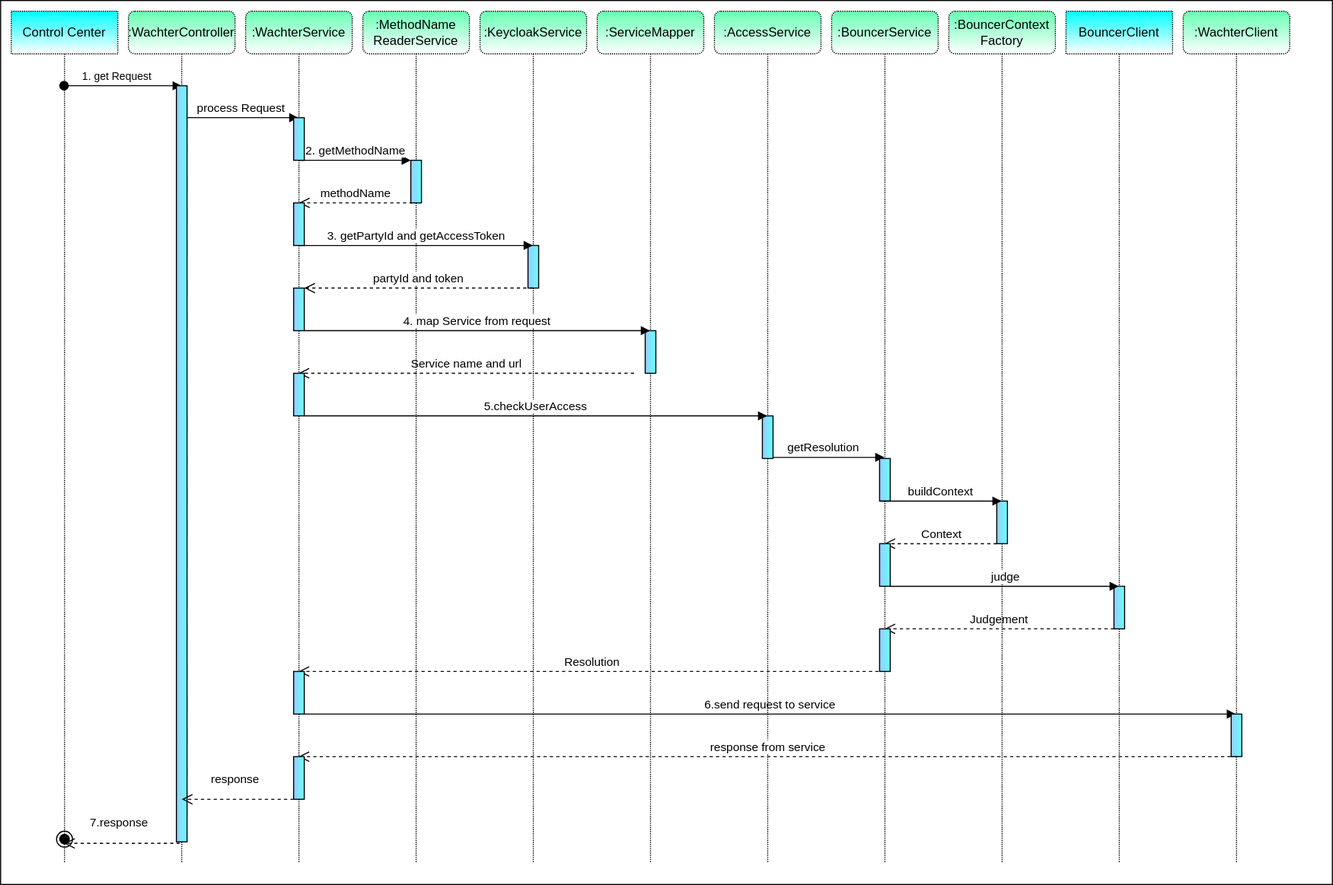
Before: doc/diagram-wachter.svg, a diagram exported from draw.io (valitydev/wachter). Source tidied: cells renumbered, new cells last; positions are measured from the earlier drawing's top-left corner, leaving out a move shared by most shapes.
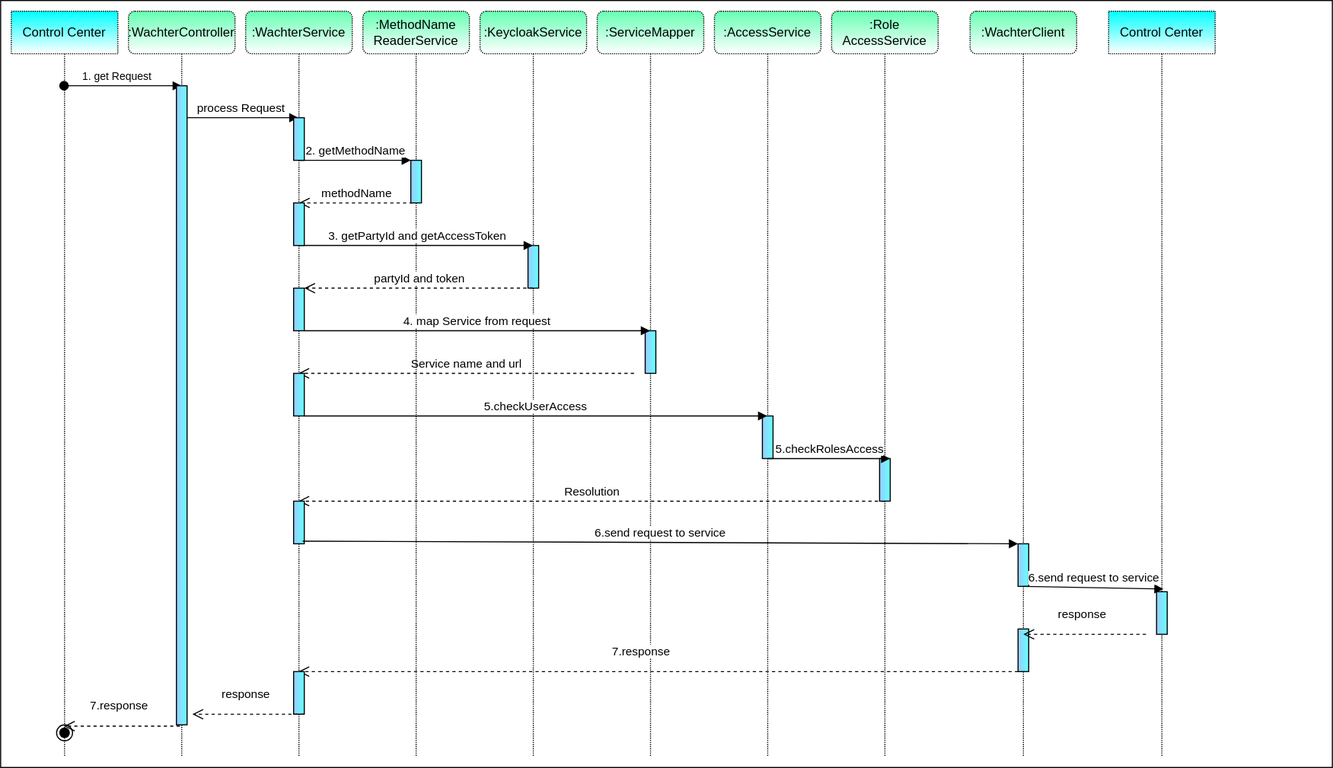
The same diagram one commit later.

Commit message:
OPS-176: Upd readme (#18)

* OPS-176: Upd readme

* OPS-176: Upd readme

Change to the diagram source:
```diff
@@ -3,30 +3,28 @@
     <mxCell id="0" />
     <mxCell id="1" parent="0" />
     <mxCell id="2" style="rounded=0;whiteSpace=wrap;html=1;strokeColor=default;" parent="1" vertex="1">
-      <mxGeometry width="1250" height="830" as="geometry" />
+      <mxGeometry width="1250" height="720" as="geometry" />
     </mxCell>
     <mxCell id="3" value=":ServiceMapper" style="shape=umlLifeline;perimeter=lifelinePerimeter;whiteSpace=wrap;html=1;outlineConnect=0;fillColor=#66FFB3;gradientColor=#ffffff;rounded=1;dashed=1;dashPattern=1 1;" parent="1" vertex="1">
-      <mxGeometry x="560" y="10" width="100" height="800" as="geometry" />
+      <mxGeometry x="560" y="10" width="100" height="700" as="geometry" />
     </mxCell>
     <mxCell id="4" style="html=1;perimeter=orthogonalPerimeter;fillColor=#99CCFF;gradientColor=#66FFFF;gradientDirection=east;" parent="3" vertex="1">
       <mxGeometry x="45" y="300" width="10" height="40" as="geometry" />
     </mxCell>
-    <mxCell id="5" value="6.send request to service" style="html=1;verticalAlign=bottom;endArrow=block;" parent="3" edge="1" target="6">
-      <mxGeometry relative="1" as="geometry">
-        <mxPoint x="-275" y="660" as="sourcePoint" />
-      </mxGeometry>
-    </mxCell>
     <mxCell id="6" value=":WachterClient" style="shape=umlLifeline;perimeter=lifelinePerimeter;whiteSpace=wrap;html=1;outlineConnect=0;fillColor=#66FFB3;gradientColor=#ffffff;strokeWidth=1;perimeterSpacing=0;rounded=1;shadow=0;glass=0;dashed=1;dashPattern=1 1;" parent="1" vertex="1">
-      <mxGeometry x="1110" y="10" width="100" height="800" as="geometry" />
+      <mxGeometry x="910" y="10" width="100" height="700" as="geometry" />
     </mxCell>
-    <mxCell id="7" value="getResolution" style="html=1;verticalAlign=bottom;endArrow=block;" parent="6" edge="1" target="24">
-      <mxGeometry relative="1" as="geometry">
-        <mxPoint x="-395" y="419" as="sourcePoint" />
-      </mxGeometry>
-    </mxCell>
     <mxCell id="8" style="html=1;points=[];perimeter=orthogonalPerimeter;fillColor=#99CCFF;gradientDirection=east;gradientColor=#66FFFF;" parent="6" vertex="1">
-      <mxGeometry x="45" y="660" width="10" height="40" as="geometry" />
+      <mxGeometry x="45" y="500" width="10" height="40" as="geometry" />
     </mxCell>
+    <mxCell id="51" style="html=1;points=[];perimeter=orthogonalPerimeter;fillColor=#99CCFF;gradientDirection=east;gradientColor=#66FFFF;" parent="6" vertex="1">
+      <mxGeometry x="45" y="580" width="10" height="40" as="geometry" />
+    </mxCell>
+    <mxCell id="52" value="7.response" style="html=1;verticalAlign=bottom;endArrow=open;dashed=1;endSize=8;" parent="6" edge="1" target="37">
+      <mxGeometry x="0.05" y="-10" relative="1" as="geometry">
+        <mxPoint x="45" y="620" as="sourcePoint" />
+      </mxGeometry>
+    </mxCell>
     <mxCell id="9" value="process Request&amp;nbsp;" style="html=1;verticalAlign=bottom;endArrow=block;" parent="1" edge="1" target="37">
       <mxGeometry relative="1" as="geometry">
         <mxPoint x="175" y="110" as="sourcePoint" />
@@ -40,76 +38,31 @@
         <mxPoint x="170" y="80" as="targetPoint" />
       </mxGeometry>
     </mxCell>
-    <mxCell id="11" value="BouncerClient" style="shape=umlLifeline;perimeter=lifelinePerimeter;whiteSpace=wrap;html=1;outlineConnect=0;fillColor=#00FFFF;gradientColor=#ffffff;dashed=1;dashPattern=1 1;" parent="1" vertex="1">
-      <mxGeometry x="1000" y="10" width="100" height="800" as="geometry" />
-    </mxCell>
-    <mxCell id="12" style="html=1;perimeter=orthogonalPerimeter;fillColor=#99CCFF;gradientColor=#66FFFF;gradientDirection=east;" parent="11" vertex="1">
-      <mxGeometry x="45" y="540" width="10" height="40" as="geometry" />
-    </mxCell>
-    <mxCell id="13" value="Judgement" style="html=1;verticalAlign=bottom;endArrow=open;dashed=1;endSize=8;" parent="11" edge="1" target="24">
-      <mxGeometry relative="1" as="geometry">
-        <mxPoint x="45" y="580" as="sourcePoint" />
-      </mxGeometry>
-    </mxCell>
     <mxCell id="14" value=":AccessService" style="shape=umlLifeline;perimeter=lifelinePerimeter;whiteSpace=wrap;html=1;outlineConnect=0;fillColor=#66FFB3;gradientColor=#ffffff;rounded=1;dashed=1;dashPattern=1 1;" parent="1" vertex="1">
-      <mxGeometry x="670" y="10" width="100" height="800" as="geometry" />
+      <mxGeometry x="670" y="10" width="100" height="700" as="geometry" />
     </mxCell>
     <mxCell id="15" style="html=1;perimeter=orthogonalPerimeter;fillColor=#99CCFF;gradientColor=#66FFFF;gradientDirection=east;" parent="14" vertex="1">
       <mxGeometry x="45" y="380" width="10" height="40" as="geometry" />
     </mxCell>
-    <mxCell id="16" value=":BouncerContext&lt;br&gt;Factory" style="shape=umlLifeline;perimeter=lifelinePerimeter;whiteSpace=wrap;html=1;fillColor=#66FFB3;gradientColor=#ffffff;rounded=1;dashed=1;dashPattern=1 1;" parent="1" vertex="1">
-      <mxGeometry x="890" y="10" width="100" height="800" as="geometry" />
-    </mxCell>
-    <mxCell id="17" style="html=1;perimeter=orthogonalPerimeter;fillColor=#99CCFF;gradientColor=#66FFFF;gradientDirection=east;" parent="16" vertex="1">
-      <mxGeometry x="45" y="460" width="10" height="40" as="geometry" />
-    </mxCell>
-    <mxCell id="18" value="judge" style="html=1;verticalAlign=bottom;endArrow=block;" parent="16" edge="1" target="11">
-      <mxGeometry relative="1" as="geometry">
-        <mxPoint x="-55" y="540" as="sourcePoint" />
-      </mxGeometry>
-    </mxCell>
-    <mxCell id="19" value="response from service" style="html=1;verticalAlign=bottom;endArrow=open;dashed=1;endSize=8;exitX=0.5;exitY=1;exitDx=0;exitDy=0;exitPerimeter=0;" parent="16" edge="1" target="37">
-      <mxGeometry relative="1" as="geometry">
-        <mxPoint x="270.5" y="700" as="sourcePoint" />
-      </mxGeometry>
-    </mxCell>
-    <mxCell id="20" value="Resolution" style="html=1;verticalAlign=bottom;endArrow=open;dashed=1;endSize=8;exitX=0.5;exitY=1;exitDx=0;exitDy=0;exitPerimeter=0;" parent="1" edge="1" source="29" target="37">
-      <mxGeometry relative="1" as="geometry" />
+    <mxCell id="20" value="Resolution" style="html=1;verticalAlign=bottom;endArrow=open;dashed=1;endSize=8;" parent="1" edge="1" source="53" target="37">
+      <mxGeometry relative="1" as="geometry">
+        <Array as="points">
+          <mxPoint x="580" y="470" />
+          <mxPoint x="540" y="470" />
+        </Array>
+      </mxGeometry>
     </mxCell>
     <mxCell id="21" value="Control Center" style="shape=umlLifeline;perimeter=lifelinePerimeter;whiteSpace=wrap;html=1;outlineConnect=0;fillColor=#00FFFF;gradientColor=#ffffff;dashed=1;dashPattern=1 1;" parent="1" vertex="1">
-      <mxGeometry x="10" y="10" width="100" height="800" as="geometry" />
+      <mxGeometry x="10" y="10" width="100" height="700" as="geometry" />
     </mxCell>
     <mxCell id="22" style="ellipse;html=1;shape=endState;fillColor=#000000;strokeColor=default;" parent="21" vertex="1">
-      <mxGeometry x="42.5" y="770" width="15" height="15" as="geometry" />
+      <mxGeometry x="42.5" y="670" width="15" height="15" as="geometry" />
     </mxCell>
     <mxCell id="23" value="7.response" style="html=1;verticalAlign=bottom;endArrow=open;dashed=1;endSize=8;exitX=0.314;exitY=1.002;exitDx=0;exitDy=0;exitPerimeter=0;" parent="1" edge="1" source="49" target="21">
       <mxGeometry x="0.05" y="-10" relative="1" as="geometry" />
     </mxCell>
-    <mxCell id="24" value=":BouncerService" style="shape=umlLifeline;perimeter=lifelinePerimeter;whiteSpace=wrap;html=1;outlineConnect=0;fillColor=#66FFB3;gradientColor=#ffffff;rounded=1;dashed=1;dashPattern=1 1;" parent="1" vertex="1">
-      <mxGeometry x="780" y="10" width="100" height="800" as="geometry" />
-    </mxCell>
-    <mxCell id="25" style="html=1;perimeter=orthogonalPerimeter;fillColor=#99CCFF;gradientColor=#66FFFF;gradientDirection=east;" parent="24" vertex="1">
-      <mxGeometry x="45" y="420" width="10" height="40" as="geometry" />
-    </mxCell>
-    <mxCell id="26" value="buildContext" style="html=1;verticalAlign=bottom;endArrow=block;" parent="24" edge="1">
-      <mxGeometry relative="1" as="geometry">
-        <mxPoint x="45" y="460" as="sourcePoint" />
-        <mxPoint x="159.5" y="460" as="targetPoint" />
-      </mxGeometry>
-    </mxCell>
-    <mxCell id="27" value="Context" style="html=1;verticalAlign=bottom;endArrow=open;dashed=1;endSize=8;" parent="24" edge="1" target="24">
-      <mxGeometry relative="1" as="geometry">
-        <mxPoint x="155" y="500" as="sourcePoint" />
-      </mxGeometry>
-    </mxCell>
-    <mxCell id="28" style="html=1;perimeter=orthogonalPerimeter;fillColor=#99CCFF;gradientColor=#66FFFF;gradientDirection=east;" parent="24" vertex="1">
-      <mxGeometry x="45" y="500" width="10" height="40" as="geometry" />
-    </mxCell>
-    <mxCell id="29" style="html=1;points=[];perimeter=orthogonalPerimeter;fillColor=#99CCFF;gradientColor=#66FFFF;gradientDirection=east;" parent="24" vertex="1">
-      <mxGeometry x="45" y="580" width="10" height="40" as="geometry" />
-    </mxCell>
     <mxCell id="30" value=":KeycloakService" style="shape=umlLifeline;perimeter=lifelinePerimeter;whiteSpace=wrap;html=1;outlineConnect=0;fillColor=#66FFB3;gradientColor=#ffffff;rounded=1;dashed=1;dashPattern=1 1;" parent="1" vertex="1">
-      <mxGeometry x="450" y="10" width="100" height="800" as="geometry" />
+      <mxGeometry x="450" y="10" width="100" height="700" as="geometry" />
     </mxCell>
     <mxCell id="31" style="html=1;perimeter=orthogonalPerimeter;fillColor=#99CCFF;gradientDirection=east;gradientColor=#66FFFF;" parent="30" vertex="1">
       <mxGeometry x="45" y="220" width="10" height="40" as="geometry" />
@@ -120,7 +73,7 @@
       </mxGeometry>
     </mxCell>
     <mxCell id="33" value=":MethodName&lt;br&gt;ReaderService" style="shape=umlLifeline;perimeter=lifelinePerimeter;whiteSpace=wrap;html=1;fillColor=#66FFB3;gradientColor=#ffffff;rounded=1;dashed=1;dashPattern=1 1;" parent="1" vertex="1">
-      <mxGeometry x="340" y="10" width="100" height="800" as="geometry" />
+      <mxGeometry x="340" y="10" width="100" height="700" as="geometry" />
     </mxCell>
     <mxCell id="34" style="html=1;perimeter=orthogonalPerimeter;fillColor=#99CCFF;gradientDirection=east;gradientColor=#66FFFF;" parent="33" vertex="1">
       <mxGeometry x="45" y="140" width="10" height="40" as="geometry" />
@@ -137,7 +90,7 @@
       </mxGeometry>
     </mxCell>
     <mxCell id="37" value=":WachterService" style="shape=umlLifeline;perimeter=lifelinePerimeter;whiteSpace=wrap;html=1;outlineConnect=0;fillColor=#66FFB3;gradientColor=#ffffff;rounded=1;dashed=1;dashPattern=1 1;" parent="1" vertex="1">
-      <mxGeometry x="230" y="10" width="100" height="800" as="geometry" />
+      <mxGeometry x="230" y="10" width="100" height="700" as="geometry" />
     </mxCell>
     <mxCell id="38" style="html=1;perimeter=orthogonalPerimeter;fillColor=#99CCFF;gradientDirection=east;gradientColor=#66FFFF;" parent="37" vertex="1">
       <mxGeometry x="45" y="100" width="10" height="40" as="geometry" />
@@ -173,22 +126,54 @@
       </mxGeometry>
     </mxCell>
     <mxCell id="46" style="html=1;points=[];perimeter=orthogonalPerimeter;fillColor=#99CCFF;gradientDirection=east;gradientColor=#66FFFF;" parent="37" vertex="1">
-      <mxGeometry x="45" y="620" width="10" height="40" as="geometry" />
+      <mxGeometry x="45" y="460" width="10" height="40" as="geometry" />
     </mxCell>
     <mxCell id="47" style="html=1;perimeter=orthogonalPerimeter;fillColor=#99CCFF;gradientDirection=east;gradientColor=#66FFFF;" parent="37" vertex="1">
-      <mxGeometry x="45" y="700" width="10" height="40" as="geometry" />
+      <mxGeometry x="45" y="620" width="10" height="40" as="geometry" />
     </mxCell>
+    <mxCell id="50" value="response" style="html=1;verticalAlign=bottom;endArrow=open;dashed=1;endSize=8;" parent="37" edge="1">
+      <mxGeometry x="0.05" y="-10" relative="1" as="geometry">
+        <mxPoint x="55" y="660" as="sourcePoint" />
+        <mxPoint x="-50" y="660" as="targetPoint" />
+      </mxGeometry>
+    </mxCell>
     <mxCell id="48" value=":WachterController" style="shape=umlLifeline;perimeter=lifelinePerimeter;whiteSpace=wrap;html=1;fillColor=#66FFB3;gradientColor=#ffffff;rounded=1;dashed=1;dashPattern=1 1;" parent="1" vertex="1">
-      <mxGeometry x="120" y="10" width="100" height="800" as="geometry" />
+      <mxGeometry x="120" y="10" width="100" height="700" as="geometry" />
     </mxCell>
     <mxCell id="49" style="html=1;points=[];perimeter=orthogonalPerimeter;fillColor=#99CCFF;gradientColor=#66FFFF;gradientDirection=east;" parent="48" vertex="1">
-      <mxGeometry x="45" y="70" width="10" height="710" as="geometry" />
+      <mxGeometry x="45" y="70" width="10" height="600" as="geometry" />
     </mxCell>
-    <mxCell id="50" value="response" style="html=1;verticalAlign=bottom;endArrow=open;dashed=1;endSize=8;" parent="48" edge="1">
-      <mxGeometry x="0.05" y="-10" relative="1" as="geometry">
-        <mxPoint x="155" y="740" as="sourcePoint" />
-        <mxPoint x="50" y="740" as="targetPoint" />
-      </mxGeometry>
-    </mxCell>
+    <mxCell id="53" value=":Role&lt;br&gt;AccessService" style="shape=umlLifeline;perimeter=lifelinePerimeter;whiteSpace=wrap;html=1;outlineConnect=0;fillColor=#66FFB3;gradientColor=#ffffff;rounded=1;dashed=1;dashPattern=1 1;" parent="1" vertex="1">
+      <mxGeometry x="780" y="10" width="100" height="700" as="geometry" />
+    </mxCell>
+    <mxCell id="25" style="html=1;perimeter=orthogonalPerimeter;fillColor=#99CCFF;gradientColor=#66FFFF;gradientDirection=east;" parent="53" vertex="1">
+      <mxGeometry x="45" y="420" width="10" height="40" as="geometry" />
+    </mxCell>
+    <mxCell id="7" value="5.checkRolesAccess" style="html=1;verticalAlign=bottom;endArrow=block;" parent="53" edge="1">
+      <mxGeometry relative="1" as="geometry">
+        <mxPoint x="-59.5" y="420" as="sourcePoint" />
+        <mxPoint x="55" y="420" as="targetPoint" />
+      </mxGeometry>
+    </mxCell>
+    <mxCell id="5" value="6.send request to service" style="html=1;verticalAlign=bottom;endArrow=block;exitX=0.85;exitY=0.938;exitDx=0;exitDy=0;exitPerimeter=0;" parent="1" edge="1" source="46" target="8">
+      <mxGeometry relative="1" as="geometry" />
+    </mxCell>
+    <mxCell id="54" value="Control Center" style="shape=umlLifeline;perimeter=lifelinePerimeter;whiteSpace=wrap;html=1;fillColor=#00FFFF;gradientColor=#ffffff;dashed=1;dashPattern=1 1;" parent="1" vertex="1">
+      <mxGeometry x="1040" y="10" width="100" height="700" as="geometry" />
+    </mxCell>
+    <mxCell id="55" style="html=1;perimeter=orthogonalPerimeter;fillColor=#99CCFF;gradientDirection=east;gradientColor=#66FFFF;" parent="54" vertex="1">
+      <mxGeometry x="45" y="545" width="10" height="40" as="geometry" />
+    </mxCell>
+    <mxCell id="56" value="response" style="html=1;verticalAlign=bottom;endArrow=open;dashed=1;endSize=8;entryX=0.5;entryY=0.125;entryDx=0;entryDy=0;entryPerimeter=0;" parent="54" edge="1" target="51">
+      <mxGeometry x="0.05" y="-10" relative="1" as="geometry">
+        <mxPoint x="35" y="585" as="sourcePoint" />
+      </mxGeometry>
+    </mxCell>
+    <mxCell id="57" value="6.send request to service" style="html=1;verticalAlign=bottom;endArrow=block;" parent="1" edge="1">
+      <mxGeometry relative="1" as="geometry">
+        <mxPoint x="960" y="550" as="sourcePoint" />
+        <mxPoint x="1091.5" y="552.5" as="targetPoint" />
+      </mxGeometry>
+    </mxCell>
   </root>
 </mxGraphModel>
```
